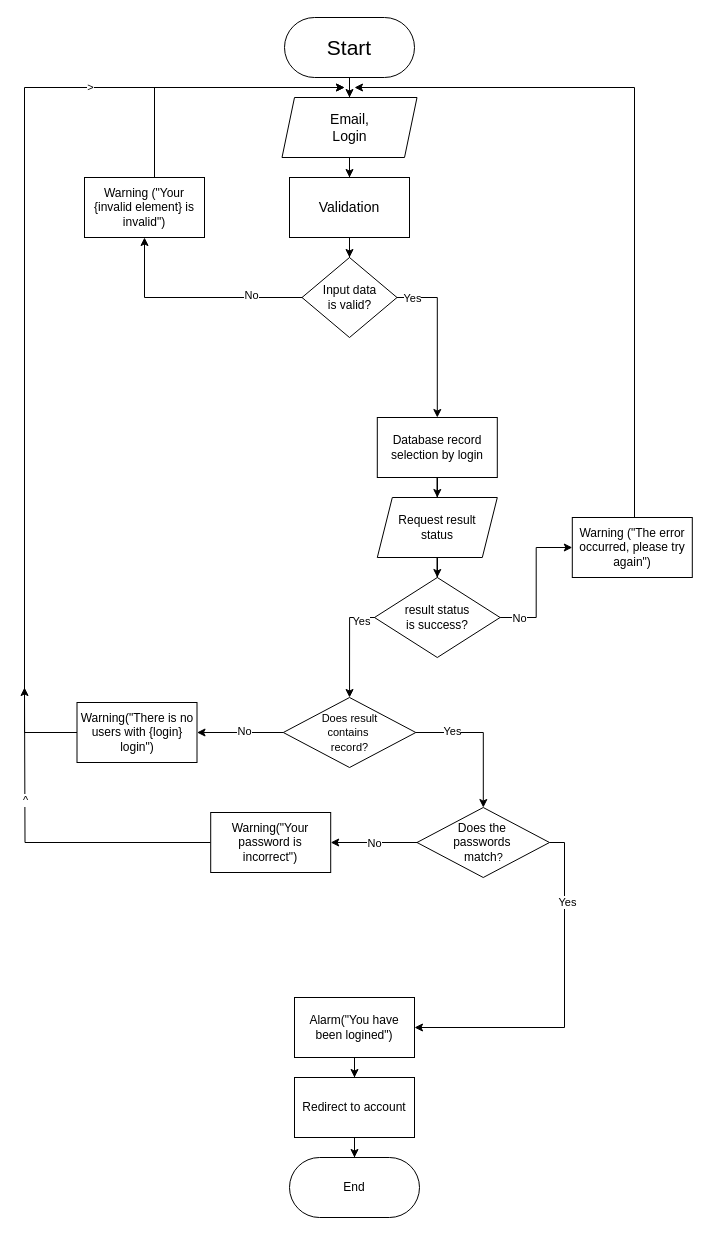
This is Flowcharts/Sign In/SignIn.drawio from c0st1nus/Forum, a draw.io file, before an edit. Source tidied: cells renumbered, new cells numbered last; positions are measured from the earlier drawing's top-left corner, leaving out a move shared by most shapes. Both pictures are drawn from the tidied source at 100%, with x=0, y=0 at pixel (24, 17).
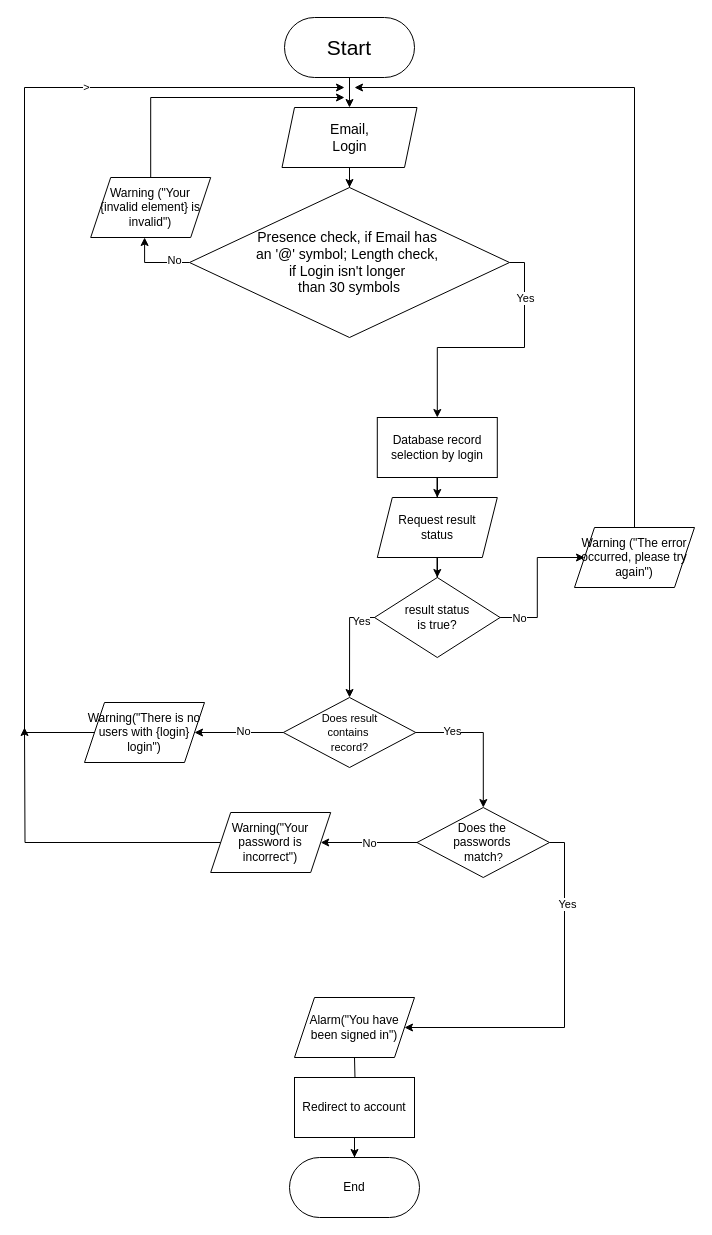
After the change.

Unchanged cells that the change refers to:
```xml
<mxCell id="9" value="Database record selection by login" style="whiteSpace=wrap;html=1;" parent="1" vertex="1">
  <mxGeometry x="352.8" y="400" width="120" height="60" as="geometry" />
</mxCell>
<mxCell id="29" value="Redirect to account" style="whiteSpace=wrap;html=1;" parent="1" vertex="1">
  <mxGeometry x="270" y="1060" width="120" height="60" as="geometry" />
</mxCell>
<mxCell id="37" value="&lt;div align=&quot;center&quot;&gt;&lt;font style=&quot;font-size: 11px;&quot;&gt;Does result&lt;/font&gt;&lt;br&gt;&lt;font style=&quot;font-size: 11px;&quot;&gt;contains&amp;nbsp;&lt;/font&gt;&lt;/div&gt;&lt;div align=&quot;center&quot;&gt;&lt;font style=&quot;font-size: 11px;&quot;&gt;record?&lt;/font&gt;&lt;/div&gt;" style="rhombus;whiteSpace=wrap;html=1;align=center;" parent="1" vertex="1">
  <mxGeometry x="258.8" y="680" width="132.5" height="70" as="geometry" />
</mxCell>
<mxCell id="43" value="&lt;div align=&quot;center&quot;&gt;Does the&amp;nbsp;&lt;/div&gt;&lt;div align=&quot;center&quot;&gt;passwords&amp;nbsp;&lt;/div&gt;&lt;div align=&quot;center&quot;&gt;match&lt;font style=&quot;font-size: 11px;&quot;&gt;?&lt;/font&gt;&lt;/div&gt;" style="rhombus;whiteSpace=wrap;html=1;align=center;" parent="1" vertex="1">
  <mxGeometry x="392.5" y="790" width="132.5" height="70" as="geometry" />
</mxCell>
```

Change to the diagram source:
```diff
@@
-    <mxCell id="4" style="edgeStyle=orthogonalEdgeStyle;rounded=0;jettySize=auto;html=1;" parent="1" edge="1" source="5" target="7">
+    <mxCell id="4" style="edgeStyle=orthogonalEdgeStyle;rounded=0;jettySize=auto;html=1;entryX=0.5;entryY=0;entryDx=0;entryDy=0;" parent="1" edge="1" source="5" target="23">
       <mxGeometry relative="1" as="geometry" />
     </mxCell>
     <mxCell id="5" value="&lt;div&gt;&lt;font style=&quot;font-size: 14px;&quot;&gt;Email,&lt;/font&gt;&lt;/div&gt;&lt;div&gt;&lt;font style=&quot;font-size: 14px;&quot;&gt;Login&lt;/font&gt;&lt;/div&gt;" style="shape=parallelogram;perimeter=parallelogramPerimeter;whiteSpace=wrap;html=1;fixedSize=1;size=12.5;" parent="1" vertex="1">
-      <mxGeometry x="257.5" y="80" width="135" height="60" as="geometry" />
+      <mxGeometry x="257.5" y="90" width="135" height="60" as="geometry" />
     </mxCell>
-    <mxCell id="6" style="edgeStyle=orthogonalEdgeStyle;rounded=0;jettySize=auto;html=1;entryX=0.5;entryY=0;entryDx=0;entryDy=0;" parent="1" edge="1" source="7" target="23">
-      <mxGeometry relative="1" as="geometry" />
-    </mxCell>
-    <mxCell id="7" value="&lt;font style=&quot;font-size: 14px;&quot;&gt;Validation&lt;br&gt;&lt;/font&gt;" style="whiteSpace=wrap;html=1;" parent="1" vertex="1">
-      <mxGeometry x="265" y="160" width="120" height="60" as="geometry" />
-    </mxCell>
@@
-    <mxCell id="12" style="edgeStyle=orthogonalEdgeStyle;rounded=0;jettySize=auto;html=1;" parent="1" edge="1" source="16" target="18">
+    <mxCell id="12" style="edgeStyle=orthogonalEdgeStyle;rounded=0;jettySize=auto;html=1;entryX=0;entryY=0.5;entryDx=0;entryDy=0;" parent="1" edge="1" source="16" target="18">
       <mxGeometry relative="1" as="geometry" />
     </mxCell>
@@
-    <mxCell id="16" value="result status &lt;br&gt;is success?" style="rhombus;whiteSpace=wrap;html=1;" parent="1" vertex="1">
+    <mxCell id="16" value="result status &lt;br&gt;is true?" style="rhombus;whiteSpace=wrap;html=1;" parent="1" vertex="1">
       <mxGeometry x="350" y="560" width="125.6" height="80" as="geometry" />
     </mxCell>
-    <mxCell id="17" style="edgeStyle=orthogonalEdgeStyle;rounded=0;jettySize=auto;html=1;" parent="1" edge="1" source="18">
+    <mxCell id="17" style="edgeStyle=orthogonalEdgeStyle;rounded=0;jettySize=auto;html=1;exitX=0.5;exitY=0;exitDx=0;exitDy=0;" parent="1" edge="1" source="18">
       <mxGeometry relative="1" as="geometry">
         <mxPoint x="330" y="70" as="targetPoint" />
         <Array as="points">
           <mxPoint x="610" y="70" />
         </Array>
       </mxGeometry>
     </mxCell>
-    <mxCell id="18" value="Warning (&quot;The error occurred, please try again&quot;)" style="rounded=0;whiteSpace=wrap;html=1;" parent="1" vertex="1">
-      <mxGeometry x="547.8" y="500" width="120" height="60" as="geometry" />
-    </mxCell>
     <mxCell id="19" style="edgeStyle=orthogonalEdgeStyle;rounded=0;jettySize=auto;html=1;entryX=0.5;entryY=0;entryDx=0;entryDy=0;" parent="1" edge="1" source="23" target="9">
       <mxGeometry relative="1" as="geometry">
         <Array as="points">
-          <mxPoint x="413" y="280" />
+          <mxPoint x="500" y="245" />
+          <mxPoint x="500" y="330" />
+          <mxPoint x="413" y="330" />
         </Array>
       </mxGeometry>
     </mxCell>
     <mxCell id="20" value="&lt;div&gt;Yes&lt;/div&gt;" style="edgeLabel;html=1;align=center;verticalAlign=middle;" parent="19" vertex="1">
-      <mxGeometry x="-0.81" relative="1" as="geometry" />
+      <mxGeometry x="-0.81" relative="1" as="geometry">
+        <mxPoint y="26" as="offset" />
+      </mxGeometry>
     </mxCell>
-    <mxCell id="21" style="edgeStyle=orthogonalEdgeStyle;rounded=0;jettySize=auto;html=1;" parent="1" edge="1" source="23" target="25">
-      <mxGeometry relative="1" as="geometry" />
+    <mxCell id="21" style="edgeStyle=orthogonalEdgeStyle;rounded=0;jettySize=auto;html=1;" parent="1" edge="1" source="23">
+      <mxGeometry relative="1" as="geometry">
+        <mxPoint x="120.1" y="220" as="targetPoint" />
+        <Array as="points">
+          <mxPoint x="120" y="245" />
+        </Array>
+      </mxGeometry>
     </mxCell>
@@
-    <mxCell id="23" value="&lt;div&gt;Input data&lt;/div&gt;&lt;div&gt;is valid?&lt;br&gt;&lt;/div&gt;" style="rhombus;whiteSpace=wrap;html=1;" parent="1" vertex="1">
-      <mxGeometry x="277.5" y="240" width="95" height="80" as="geometry" />
+    <mxCell id="23" value="&lt;div&gt;&lt;font style=&quot;font-size: 14px;&quot;&gt;Presence check, if Email has&amp;nbsp;&lt;/font&gt;&lt;/div&gt;&lt;div&gt;&lt;font style=&quot;font-size: 14px;&quot;&gt;an '@' symbol; Length check,&amp;nbsp;&lt;/font&gt;&lt;/div&gt;&lt;div&gt;&lt;font style=&quot;font-size: 14px;&quot;&gt;if Login isn't longer&amp;nbsp;&lt;/font&gt;&lt;/div&gt;&lt;div&gt;&lt;font style=&quot;font-size: 14px;&quot;&gt;than 30 symbols&lt;/font&gt;&lt;/div&gt;" style="rhombus;whiteSpace=wrap;html=1;rounded=0;overflow=visible;" parent="1" vertex="1">
+      <mxGeometry x="165" y="170" width="320" height="150" as="geometry" />
     </mxCell>
-    <mxCell id="24" style="edgeStyle=orthogonalEdgeStyle;rounded=0;jettySize=auto;html=1;" parent="1" edge="1" source="25">
-      <mxGeometry relative="1" as="geometry">
-        <mxPoint x="320" y="70" as="targetPoint" />
-        <Array as="points">
-          <mxPoint x="130" y="70" />
-        </Array>
-      </mxGeometry>
-    </mxCell>
-    <mxCell id="25" value="Warning (&quot;Your {invalid element} is invalid&quot;)" style="rounded=0;whiteSpace=wrap;html=1;" parent="1" vertex="1">
-      <mxGeometry x="60" y="160" width="120" height="60" as="geometry" />
-    </mxCell>
-    <mxCell id="26" style="edgeStyle=orthogonalEdgeStyle;rounded=0;jettySize=auto;html=1;" parent="1" edge="1" source="27" target="29">
-      <mxGeometry relative="1" as="geometry" />
+    <mxCell id="26" style="edgeStyle=orthogonalEdgeStyle;rounded=0;jettySize=auto;html=1;" parent="1" edge="1" target="29">
+      <mxGeometry relative="1" as="geometry">
+        <mxPoint x="330" y="1040" as="sourcePoint" />
+      </mxGeometry>
     </mxCell>
-    <mxCell id="27" value="Alarm(&quot;You have been logined&quot;)" style="whiteSpace=wrap;html=1;" parent="1" vertex="1">
-      <mxGeometry x="270" y="980" width="120" height="60" as="geometry" />
-    </mxCell>
@@
-    <mxCell id="33" style="edgeStyle=orthogonalEdgeStyle;rounded=0;jettySize=auto;html=1;" parent="1" edge="1" source="37" target="38">
+    <mxCell id="33" style="edgeStyle=orthogonalEdgeStyle;rounded=0;jettySize=auto;html=1;entryX=1;entryY=0.5;entryDx=0;entryDy=0;" parent="1" edge="1" source="37" target="38">
       <mxGeometry relative="1" as="geometry" />
     </mxCell>
@@
-    <mxCell id="38" value="Warning(&quot;There is no users with {login} login&quot;)" style="whiteSpace=wrap;html=1;" parent="1" vertex="1">
-      <mxGeometry x="52.5" y="685" width="120" height="60" as="geometry" />
-    </mxCell>
-    <mxCell id="39" style="edgeStyle=orthogonalEdgeStyle;rounded=0;jettySize=auto;html=1;" parent="1" edge="1" source="43" target="46">
+    <mxCell id="39" style="edgeStyle=orthogonalEdgeStyle;rounded=0;jettySize=auto;html=1;entryX=1;entryY=0.5;entryDx=0;entryDy=0;" parent="1" edge="1" source="43" target="46">
       <mxGeometry relative="1" as="geometry" />
     </mxCell>
@@
-    <mxCell id="41" style="edgeStyle=orthogonalEdgeStyle;rounded=0;jettySize=auto;html=1;" parent="1" edge="1" source="43" target="27">
+    <mxCell id="41" style="edgeStyle=orthogonalEdgeStyle;rounded=0;jettySize=auto;html=1;entryX=1;entryY=0.5;entryDx=0;entryDy=0;" parent="1" edge="1" source="43" target="48">
       <mxGeometry relative="1" as="geometry">
         <Array as="points">
           <mxPoint x="540" y="825" />
           <mxPoint x="540" y="1010" />
         </Array>
       </mxGeometry>
     </mxCell>
@@
-    <mxCell id="44" style="edgeStyle=orthogonalEdgeStyle;rounded=0;jettySize=auto;html=1;" parent="1" edge="1" source="46">
+    <mxCell id="44" style="edgeStyle=orthogonalEdgeStyle;rounded=0;jettySize=auto;html=1;exitX=0;exitY=0.5;exitDx=0;exitDy=0;" parent="1" edge="1" source="46">
       <mxGeometry relative="1" as="geometry">
-        <mxPoint y="670" as="targetPoint" />
+        <mxPoint y="710" as="targetPoint" />
       </mxGeometry>
     </mxCell>
-    <mxCell id="45" value="^" style="edgeLabel;html=1;align=center;verticalAlign=middle;" parent="44" vertex="1">
-      <mxGeometry x="0.34" relative="1" as="geometry" />
-    </mxCell>
+    <mxCell id="38" value="Warning(&quot;There is no users with {login} login&quot;)" style="shape=parallelogram;perimeter=parallelogramPerimeter;whiteSpace=wrap;html=1;fixedSize=1;" parent="1" vertex="1">
+      <mxGeometry x="60" y="685" width="120" height="60" as="geometry" />
+    </mxCell>
+    <mxCell id="18" value="Warning (&quot;The error occurred, please try again&quot;)" style="shape=parallelogram;perimeter=parallelogramPerimeter;whiteSpace=wrap;html=1;fixedSize=1;" parent="1" vertex="1">
+      <mxGeometry x="550" y="510" width="120" height="60" as="geometry" />
+    </mxCell>
+    <mxCell id="47" style="edgeStyle=orthogonalEdgeStyle;rounded=0;jettySize=auto;html=1;" parent="1" edge="1" source="25">
+      <mxGeometry relative="1" as="geometry">
+        <mxPoint x="320" y="80" as="targetPoint" />
+        <Array as="points">
+          <mxPoint x="126" y="80" />
+        </Array>
+      </mxGeometry>
+    </mxCell>
+    <mxCell id="25" value="Warning (&quot;Your {invalid element} is invalid&quot;)" style="shape=parallelogram;perimeter=parallelogramPerimeter;whiteSpace=wrap;html=1;fixedSize=1;" parent="1" vertex="1">
+      <mxGeometry x="66.2" y="160" width="120" height="60" as="geometry" />
+    </mxCell>
-    <mxCell id="46" value="Warning(&quot;Your password is incorrect&quot;)" style="whiteSpace=wrap;html=1;" parent="1" vertex="1">
+    <mxCell id="46" value="Warning(&quot;Your password is incorrect&quot;)" style="shape=parallelogram;perimeter=parallelogramPerimeter;whiteSpace=wrap;html=1;fixedSize=1;" parent="1" vertex="1">
       <mxGeometry x="186.2" y="795" width="120" height="60" as="geometry" />
     </mxCell>
+    <mxCell id="48" value="&lt;br&gt;Alarm(&quot;You have been signed in&quot;)&lt;div&gt;&lt;br/&gt;&lt;/div&gt;" style="shape=parallelogram;perimeter=parallelogramPerimeter;whiteSpace=wrap;html=1;fixedSize=1;" parent="1" vertex="1">
+      <mxGeometry x="270" y="980" width="120" height="60" as="geometry" />
+    </mxCell>
```
